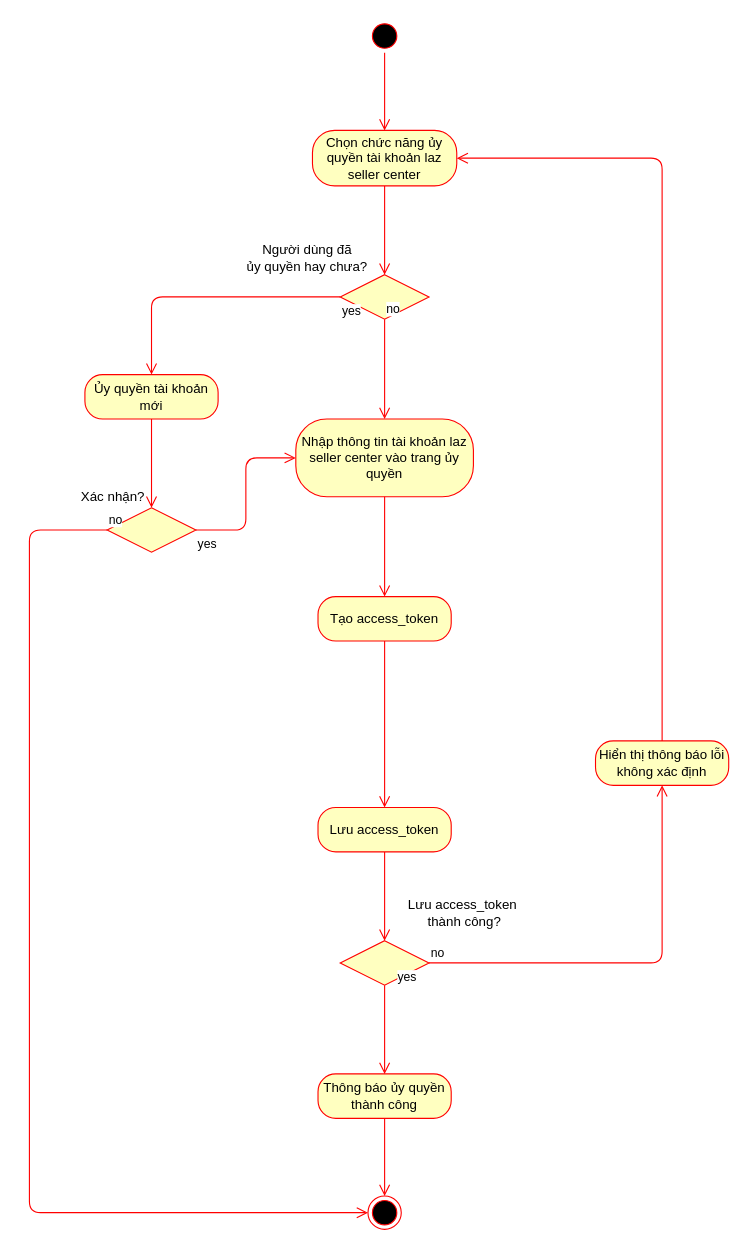
xxminhmie/override-project-document keeps this draw.io diagram as long/Activity_Diagram_Authorization.drawio. Above is the earlier version. Source tidied: cells renumbered, new cells numbered last; positions are measured from the earlier drawing's top-left corner, leaving out a move shared by most shapes. Both pictures are drawn from the tidied source at 111%, with x=0, y=0 at pixel (29, 19).
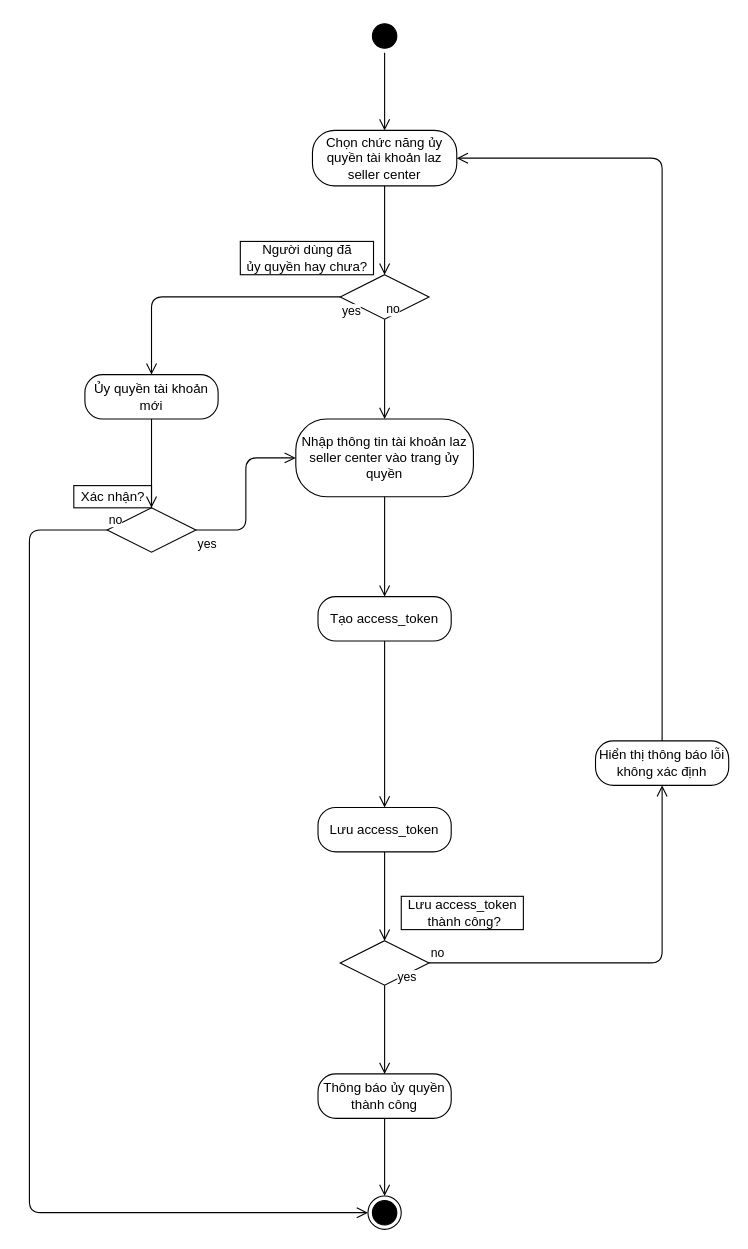
Above is the later version.

Diff of the diagram source:
```diff
@@
-    <mxCell id="2" style="ellipse;html=1;shape=startState;fillColor=#000000;strokeColor=#ff0000;" parent="1" vertex="1">
+    <mxCell id="2" style="ellipse;html=1;shape=startState;fillColor=#000000;" parent="1" vertex="1">
       <mxGeometry x="305" width="30" height="30" as="geometry" />
     </mxCell>
-    <mxCell id="3" style="edgeStyle=orthogonalEdgeStyle;html=1;verticalAlign=bottom;endArrow=open;endSize=8;strokeColor=#ff0000;entryX=0.5;entryY=0;entryDx=0;entryDy=0;" parent="1" edge="1" source="2" target="5">
+    <mxCell id="3" style="edgeStyle=orthogonalEdgeStyle;html=1;verticalAlign=bottom;endArrow=open;endSize=8;entryX=0.5;entryY=0;entryDx=0;entryDy=0;" parent="1" edge="1" source="2" target="5">
       <mxGeometry relative="1" as="geometry" />
     </mxCell>
-    <mxCell id="4" style="ellipse;html=1;shape=endState;fillColor=#000000;strokeColor=#ff0000;" parent="1" vertex="1">
+    <mxCell id="4" style="ellipse;html=1;shape=endState;fillColor=#000000;" parent="1" vertex="1">
       <mxGeometry x="305" y="1060" width="30" height="30" as="geometry" />
     </mxCell>
-    <mxCell id="5" value="Chọn chức năng ủy quyền tài khoản laz seller center" style="rounded=1;whiteSpace=wrap;html=1;arcSize=40;fontColor=#000000;fillColor=#ffffc0;strokeColor=#ff0000;" parent="1" vertex="1">
+    <mxCell id="5" value="Chọn chức năng ủy quyền tài khoản laz seller center" style="rounded=1;whiteSpace=wrap;html=1;arcSize=40;fontColor=#000000;fillColor=#FFFFFF;" parent="1" vertex="1">
       <mxGeometry x="255" y="100" width="130" height="50" as="geometry" />
     </mxCell>
-    <mxCell id="6" style="edgeStyle=orthogonalEdgeStyle;html=1;verticalAlign=bottom;endArrow=open;endSize=8;strokeColor=#ff0000;entryX=0.5;entryY=0;entryDx=0;entryDy=0;" parent="1" edge="1" source="5" target="7">
+    <mxCell id="6" style="edgeStyle=orthogonalEdgeStyle;html=1;verticalAlign=bottom;endArrow=open;endSize=8;entryX=0.5;entryY=0;entryDx=0;entryDy=0;" parent="1" edge="1" source="5" target="7">
       <mxGeometry relative="1" as="geometry" />
     </mxCell>
-    <mxCell id="7" style="rhombus;whiteSpace=wrap;html=1;fillColor=#ffffc0;strokeColor=#ff0000;" parent="1" vertex="1">
+    <mxCell id="7" style="rhombus;whiteSpace=wrap;html=1;fillColor=#FFFFFF;" parent="1" vertex="1">
       <mxGeometry x="280" y="230" width="80" height="40" as="geometry" />
     </mxCell>
-    <mxCell id="8" value="no" style="edgeStyle=orthogonalEdgeStyle;html=1;align=left;verticalAlign=bottom;endArrow=open;endSize=8;strokeColor=#ff0000;" parent="1" edge="1" source="7" target="17">
+    <mxCell id="8" value="no" style="edgeStyle=orthogonalEdgeStyle;html=1;align=left;verticalAlign=bottom;endArrow=open;endSize=8;" parent="1" edge="1" source="7" target="17">
       <mxGeometry x="-1" relative="1" as="geometry" />
     </mxCell>
-    <mxCell id="9" value="yes" style="edgeStyle=orthogonalEdgeStyle;html=1;align=left;verticalAlign=top;endArrow=open;endSize=8;strokeColor=#ff0000;entryX=0.5;entryY=0;entryDx=0;entryDy=0;" parent="1" edge="1" source="7" target="11">
+    <mxCell id="9" value="yes" style="edgeStyle=orthogonalEdgeStyle;html=1;align=left;verticalAlign=top;endArrow=open;endSize=8;entryX=0.5;entryY=0;entryDx=0;entryDy=0;" parent="1" edge="1" source="7" target="11">
       <mxGeometry x="-1" relative="1" as="geometry" />
     </mxCell>
-    <mxCell id="10" value="Người dùng đã &lt;br&gt;ủy quyền hay chưa?" style="text;html=1;align=center;verticalAlign=middle;" parent="1" vertex="1">
+    <mxCell id="10" value="Người dùng đã &lt;br&gt;ủy quyền hay chưa?" style="text;html=1;align=center;verticalAlign=middle;strokeColor=#000000;" parent="1" vertex="1">
       <mxGeometry x="190" y="200" width="120" height="30" as="geometry" />
     </mxCell>
-    <mxCell id="11" value="Ủy quyền tài khoản mới" style="rounded=1;whiteSpace=wrap;html=1;arcSize=40;fontColor=#000000;fillColor=#ffffc0;strokeColor=#ff0000;" parent="1" vertex="1">
+    <mxCell id="11" value="Ủy quyền tài khoản mới" style="rounded=1;whiteSpace=wrap;html=1;arcSize=40;fontColor=#000000;fillColor=#FFFFFF;" parent="1" vertex="1">
       <mxGeometry x="50" y="320" width="120" height="40" as="geometry" />
     </mxCell>
-    <mxCell id="12" style="edgeStyle=orthogonalEdgeStyle;html=1;verticalAlign=bottom;endArrow=open;endSize=8;strokeColor=#ff0000;" parent="1" edge="1" source="11" target="13">
+    <mxCell id="12" style="edgeStyle=orthogonalEdgeStyle;html=1;verticalAlign=bottom;endArrow=open;endSize=8;" parent="1" edge="1" source="11" target="13">
       <mxGeometry relative="1" as="geometry" />
     </mxCell>
-    <mxCell id="13" style="rhombus;whiteSpace=wrap;html=1;fillColor=#ffffc0;strokeColor=#ff0000;" parent="1" vertex="1">
+    <mxCell id="13" style="rhombus;whiteSpace=wrap;html=1;fillColor=#FFFFFF;" parent="1" vertex="1">
       <mxGeometry x="70" y="440" width="80" height="40" as="geometry" />
     </mxCell>
-    <mxCell id="14" value="no" style="edgeStyle=orthogonalEdgeStyle;html=1;align=left;verticalAlign=bottom;endArrow=open;endSize=8;strokeColor=#ff0000;" parent="1" edge="1" source="13" target="4">
+    <mxCell id="14" value="no" style="edgeStyle=orthogonalEdgeStyle;html=1;align=left;verticalAlign=bottom;endArrow=open;endSize=8;" parent="1" edge="1" source="13" target="4">
       <mxGeometry x="-1" relative="1" as="geometry">
         <Array as="points">
           <mxPoint y="460" />
           <mxPoint y="1075" />
         </Array>
       </mxGeometry>
     </mxCell>
-    <mxCell id="15" value="yes" style="edgeStyle=orthogonalEdgeStyle;html=1;align=left;verticalAlign=top;endArrow=open;endSize=8;strokeColor=#ff0000;entryX=0;entryY=0.5;entryDx=0;entryDy=0;" parent="1" edge="1" source="13" target="17">
+    <mxCell id="15" value="yes" style="edgeStyle=orthogonalEdgeStyle;html=1;align=left;verticalAlign=top;endArrow=open;endSize=8;entryX=0;entryY=0.5;entryDx=0;entryDy=0;" parent="1" edge="1" source="13" target="17">
       <mxGeometry x="-1" relative="1" as="geometry" />
     </mxCell>
-    <mxCell id="16" value="Xác nhận?" style="text;html=1;align=center;verticalAlign=middle;" parent="1" vertex="1">
+    <mxCell id="16" value="Xác nhận?" style="text;html=1;align=center;verticalAlign=middle;strokeColor=#000000;" parent="1" vertex="1">
       <mxGeometry x="40" y="420" width="70" height="20" as="geometry" />
     </mxCell>
-    <mxCell id="17" value="Nhập thông tin tài khoản laz seller center vào trang ủy quyền" style="rounded=1;whiteSpace=wrap;html=1;arcSize=40;fontColor=#000000;fillColor=#ffffc0;strokeColor=#ff0000;" parent="1" vertex="1">
+    <mxCell id="17" value="Nhập thông tin tài khoản laz seller center vào trang ủy quyền" style="rounded=1;whiteSpace=wrap;html=1;arcSize=40;fontColor=#000000;fillColor=#FFFFFF;" parent="1" vertex="1">
       <mxGeometry x="240" y="360" width="160" height="70" as="geometry" />
     </mxCell>
-    <mxCell id="18" style="edgeStyle=orthogonalEdgeStyle;html=1;verticalAlign=bottom;endArrow=open;endSize=8;strokeColor=#ff0000;entryX=0.5;entryY=0;entryDx=0;entryDy=0;" parent="1" edge="1" source="17" target="19">
+    <mxCell id="18" style="edgeStyle=orthogonalEdgeStyle;html=1;verticalAlign=bottom;endArrow=open;endSize=8;entryX=0.5;entryY=0;entryDx=0;entryDy=0;" parent="1" edge="1" source="17" target="19">
       <mxGeometry relative="1" as="geometry" />
     </mxCell>
-    <mxCell id="19" value="Tạo access_token" style="rounded=1;whiteSpace=wrap;html=1;arcSize=40;fontColor=#000000;fillColor=#ffffc0;strokeColor=#ff0000;" parent="1" vertex="1">
+    <mxCell id="19" value="Tạo access_token" style="rounded=1;whiteSpace=wrap;html=1;arcSize=40;fontColor=#000000;fillColor=#FFFFFF;" parent="1" vertex="1">
       <mxGeometry x="260" y="520" width="120" height="40" as="geometry" />
     </mxCell>
-    <mxCell id="20" style="edgeStyle=orthogonalEdgeStyle;html=1;verticalAlign=bottom;endArrow=open;endSize=8;strokeColor=#ff0000;" parent="1" edge="1" source="19" target="21">
+    <mxCell id="20" style="edgeStyle=orthogonalEdgeStyle;html=1;verticalAlign=bottom;endArrow=open;endSize=8;" parent="1" edge="1" source="19" target="21">
       <mxGeometry relative="1" as="geometry" />
     </mxCell>
-    <mxCell id="21" value="Lưu access_token" style="rounded=1;whiteSpace=wrap;html=1;arcSize=40;fontColor=#000000;fillColor=#ffffc0;strokeColor=#ff0000;" parent="1" vertex="1">
+    <mxCell id="21" value="Lưu access_token" style="rounded=1;whiteSpace=wrap;html=1;arcSize=40;fontColor=#000000;fillColor=#FFFFFF;" parent="1" vertex="1">
       <mxGeometry x="260" y="710" width="120" height="40" as="geometry" />
     </mxCell>
-    <mxCell id="22" style="edgeStyle=orthogonalEdgeStyle;html=1;verticalAlign=bottom;endArrow=open;endSize=8;strokeColor=#ff0000;entryX=0.5;entryY=0;entryDx=0;entryDy=0;" parent="1" edge="1" source="21" target="23">
+    <mxCell id="22" style="edgeStyle=orthogonalEdgeStyle;html=1;verticalAlign=bottom;endArrow=open;endSize=8;entryX=0.5;entryY=0;entryDx=0;entryDy=0;" parent="1" edge="1" source="21" target="23">
       <mxGeometry relative="1" as="geometry" />
     </mxCell>
-    <mxCell id="23" style="rhombus;whiteSpace=wrap;html=1;fillColor=#ffffc0;strokeColor=#ff0000;" parent="1" vertex="1">
+    <mxCell id="23" style="rhombus;whiteSpace=wrap;html=1;fillColor=#FFFFFF;" parent="1" vertex="1">
       <mxGeometry x="280" y="830" width="80" height="40" as="geometry" />
     </mxCell>
-    <mxCell id="24" value="no" style="edgeStyle=orthogonalEdgeStyle;html=1;align=left;verticalAlign=bottom;endArrow=open;endSize=8;strokeColor=#ff0000;" parent="1" edge="1" source="23" target="29">
+    <mxCell id="24" value="no" style="edgeStyle=orthogonalEdgeStyle;html=1;align=left;verticalAlign=bottom;endArrow=open;endSize=8;" parent="1" edge="1" source="23" target="29">
       <mxGeometry x="-1" relative="1" as="geometry" />
     </mxCell>
-    <mxCell id="25" value="yes" style="edgeStyle=orthogonalEdgeStyle;html=1;align=left;verticalAlign=top;endArrow=open;endSize=8;strokeColor=#ff0000;" parent="1" edge="1" source="23" target="27">
+    <mxCell id="25" value="yes" style="edgeStyle=orthogonalEdgeStyle;html=1;align=left;verticalAlign=top;endArrow=open;endSize=8;" parent="1" edge="1" source="23" target="27">
       <mxGeometry x="-1" y="22" relative="1" as="geometry">
         <mxPoint x="-12" y="-20" as="offset" />
       </mxGeometry>
     </mxCell>
-    <mxCell id="26" value="Lưu access_token&lt;br&gt;&amp;nbsp;thành công?" style="text;html=1;align=center;verticalAlign=middle;" parent="1" vertex="1">
+    <mxCell id="26" value="Lưu access_token&lt;br&gt;&amp;nbsp;thành công?" style="text;html=1;align=center;verticalAlign=middle;strokeColor=#000000;" parent="1" vertex="1">
       <mxGeometry x="335" y="790" width="110" height="30" as="geometry" />
     </mxCell>
-    <mxCell id="27" value="Thông báo ủy quyền thành công" style="rounded=1;whiteSpace=wrap;html=1;arcSize=40;fontColor=#000000;fillColor=#ffffc0;strokeColor=#ff0000;" parent="1" vertex="1">
+    <mxCell id="27" value="Thông báo ủy quyền thành công" style="rounded=1;whiteSpace=wrap;html=1;arcSize=40;fontColor=#000000;fillColor=#FFFFFF;" parent="1" vertex="1">
       <mxGeometry x="260" y="950" width="120" height="40" as="geometry" />
     </mxCell>
-    <mxCell id="28" style="edgeStyle=orthogonalEdgeStyle;html=1;verticalAlign=bottom;endArrow=open;endSize=8;strokeColor=#ff0000;" parent="1" edge="1" source="27" target="4">
+    <mxCell id="28" style="edgeStyle=orthogonalEdgeStyle;html=1;verticalAlign=bottom;endArrow=open;endSize=8;" parent="1" edge="1" source="27" target="4">
       <mxGeometry relative="1" as="geometry" />
     </mxCell>
-    <mxCell id="29" value="Hiển thị thông báo lỗi không xác định" style="rounded=1;whiteSpace=wrap;html=1;arcSize=40;fontColor=#000000;fillColor=#ffffc0;strokeColor=#ff0000;" parent="1" vertex="1">
+    <mxCell id="29" value="Hiển thị thông báo lỗi không xác định" style="rounded=1;whiteSpace=wrap;html=1;arcSize=40;fontColor=#000000;fillColor=#FFFFFF;" parent="1" vertex="1">
       <mxGeometry x="510" y="650" width="120" height="40" as="geometry" />
     </mxCell>
-    <mxCell id="30" style="edgeStyle=orthogonalEdgeStyle;html=1;verticalAlign=bottom;endArrow=open;endSize=8;strokeColor=#ff0000;entryX=1;entryY=0.5;entryDx=0;entryDy=0;" parent="1" edge="1" source="29" target="5">
+    <mxCell id="30" style="edgeStyle=orthogonalEdgeStyle;html=1;verticalAlign=bottom;endArrow=open;endSize=8;entryX=1;entryY=0.5;entryDx=0;entryDy=0;" parent="1" edge="1" source="29" target="5">
       <mxGeometry relative="1" as="geometry">
         <Array as="points">
           <mxPoint x="570" y="125" />
         </Array>
       </mxGeometry>
     </mxCell>
```
